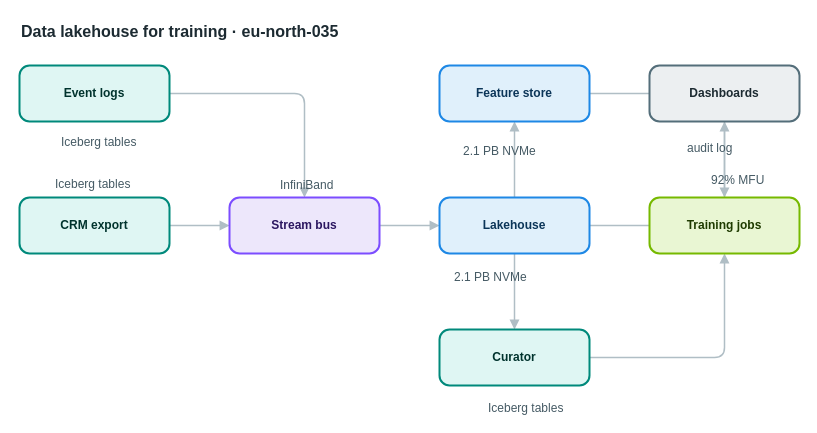
Above: apps/web/public/samples/library/035-data-lakehouse-for-training.drawio in AryanG01/open-apprentice (draw.io), before the change. Source tidied: cells renumbered, new cells numbered last; positions are measured from the earlier drawing's top-left corner, leaving out a move shared by most shapes. Both pictures are drawn from the tidied source at 100%, with x=0, y=0 at pixel (19, 17).
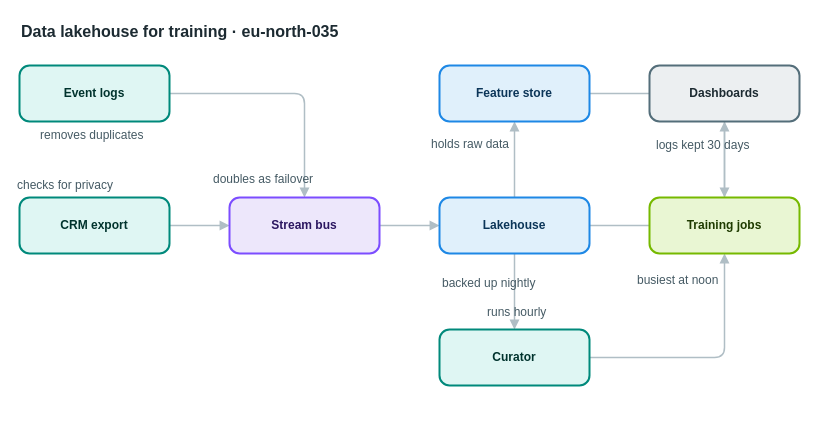
The same page after the edit.

Diff of the diagram source:
```diff
@@
-    <mxCell id="19" value="Iceberg tables" style="text;html=1;align=left;verticalAlign=top;whiteSpace=nowrap;spacing=0;spacingTop=0;strokeColor=none;fillColor=none;fontSize=12;fontColor=#455a64;" parent="1" vertex="1">
-      <mxGeometry x="42" y="113" width="110" height="20" as="geometry" />
+    <mxCell id="19" value="removes duplicates" style="text;html=1;align=left;verticalAlign=top;whiteSpace=nowrap;spacing=0;spacingTop=0;strokeColor=none;fillColor=none;fontSize=12;fontColor=#455a64;" parent="1" vertex="1">
+      <mxGeometry x="21" y="106" width="138" height="20" as="geometry" />
     </mxCell>
-    <mxCell id="20" value="Iceberg tables" style="text;html=1;align=left;verticalAlign=top;whiteSpace=nowrap;spacing=0;spacingTop=0;strokeColor=none;fillColor=none;fontSize=12;fontColor=#455a64;" parent="1" vertex="1">
-      <mxGeometry x="36" y="155" width="110" height="20" as="geometry" />
+    <mxCell id="20" value="checks for privacy" style="text;html=1;align=left;verticalAlign=top;whiteSpace=nowrap;spacing=0;spacingTop=0;strokeColor=none;fillColor=none;fontSize=12;fontColor=#455a64;" parent="1" vertex="1">
+      <mxGeometry x="-2" y="156" width="138" height="20" as="geometry" />
     </mxCell>
-    <mxCell id="21" value="InfiniBand" style="text;html=1;align=left;verticalAlign=top;whiteSpace=nowrap;spacing=0;spacingTop=0;strokeColor=none;fillColor=none;fontSize=12;fontColor=#455a64;" parent="1" vertex="1">
-      <mxGeometry x="261" y="156" width="82" height="20" as="geometry" />
+    <mxCell id="21" value="doubles as failover" style="text;html=1;align=left;verticalAlign=top;whiteSpace=nowrap;spacing=0;spacingTop=0;strokeColor=none;fillColor=none;fontSize=12;fontColor=#455a64;" parent="1" vertex="1">
+      <mxGeometry x="194" y="150" width="145" height="20" as="geometry" />
     </mxCell>
-    <mxCell id="22" value="2.1 PB NVMe" style="text;html=1;align=left;verticalAlign=top;whiteSpace=nowrap;spacing=0;spacingTop=0;strokeColor=none;fillColor=none;fontSize=12;fontColor=#455a64;" parent="1" vertex="1">
-      <mxGeometry x="435" y="248" width="89" height="20" as="geometry" />
+    <mxCell id="22" value="backed up nightly" style="text;html=1;align=left;verticalAlign=top;whiteSpace=nowrap;spacing=0;spacingTop=0;strokeColor=none;fillColor=none;fontSize=12;fontColor=#455a64;" parent="1" vertex="1">
+      <mxGeometry x="423" y="254" width="131" height="20" as="geometry" />
     </mxCell>
-    <mxCell id="23" value="2.1 PB NVMe" style="text;html=1;align=left;verticalAlign=top;whiteSpace=nowrap;spacing=0;spacingTop=0;strokeColor=none;fillColor=none;fontSize=12;fontColor=#455a64;" parent="1" vertex="1">
-      <mxGeometry x="444" y="122" width="89" height="20" as="geometry" />
+    <mxCell id="23" value="holds raw data" style="text;html=1;align=left;verticalAlign=top;whiteSpace=nowrap;spacing=0;spacingTop=0;strokeColor=none;fillColor=none;fontSize=12;fontColor=#455a64;" parent="1" vertex="1">
+      <mxGeometry x="412" y="115" width="110" height="20" as="geometry" />
     </mxCell>
-    <mxCell id="24" value="Iceberg tables" style="text;html=1;align=left;verticalAlign=top;whiteSpace=nowrap;spacing=0;spacingTop=0;strokeColor=none;fillColor=none;fontSize=12;fontColor=#455a64;" parent="1" vertex="1">
-      <mxGeometry x="469" y="379" width="110" height="20" as="geometry" />
+    <mxCell id="24" value="runs hourly" style="text;html=1;align=left;verticalAlign=top;whiteSpace=nowrap;spacing=0;spacingTop=0;strokeColor=none;fillColor=none;fontSize=12;fontColor=#455a64;" parent="1" vertex="1">
+      <mxGeometry x="468" y="283" width="89" height="20" as="geometry" />
     </mxCell>
-    <mxCell id="25" value="92% MFU" style="text;html=1;align=left;verticalAlign=top;whiteSpace=nowrap;spacing=0;spacingTop=0;strokeColor=none;fillColor=none;fontSize=12;fontColor=#455a64;" parent="1" vertex="1">
-      <mxGeometry x="692" y="151" width="61" height="20" as="geometry" />
+    <mxCell id="25" value="busiest at noon" style="text;html=1;align=left;verticalAlign=top;whiteSpace=nowrap;spacing=0;spacingTop=0;strokeColor=none;fillColor=none;fontSize=12;fontColor=#455a64;" parent="1" vertex="1">
+      <mxGeometry x="618" y="251" width="117" height="20" as="geometry" />
     </mxCell>
-    <mxCell id="26" value="audit log" style="text;html=1;align=left;verticalAlign=top;whiteSpace=nowrap;spacing=0;spacingTop=0;strokeColor=none;fillColor=none;fontSize=12;fontColor=#455a64;" parent="1" vertex="1">
-      <mxGeometry x="668" y="119" width="75" height="20" as="geometry" />
+    <mxCell id="26" value="logs kept 30 days" style="text;html=1;align=left;verticalAlign=top;whiteSpace=nowrap;spacing=0;spacingTop=0;strokeColor=none;fillColor=none;fontSize=12;fontColor=#455a64;" parent="1" vertex="1">
+      <mxGeometry x="637" y="116" width="131" height="20" as="geometry" />
     </mxCell>
```
